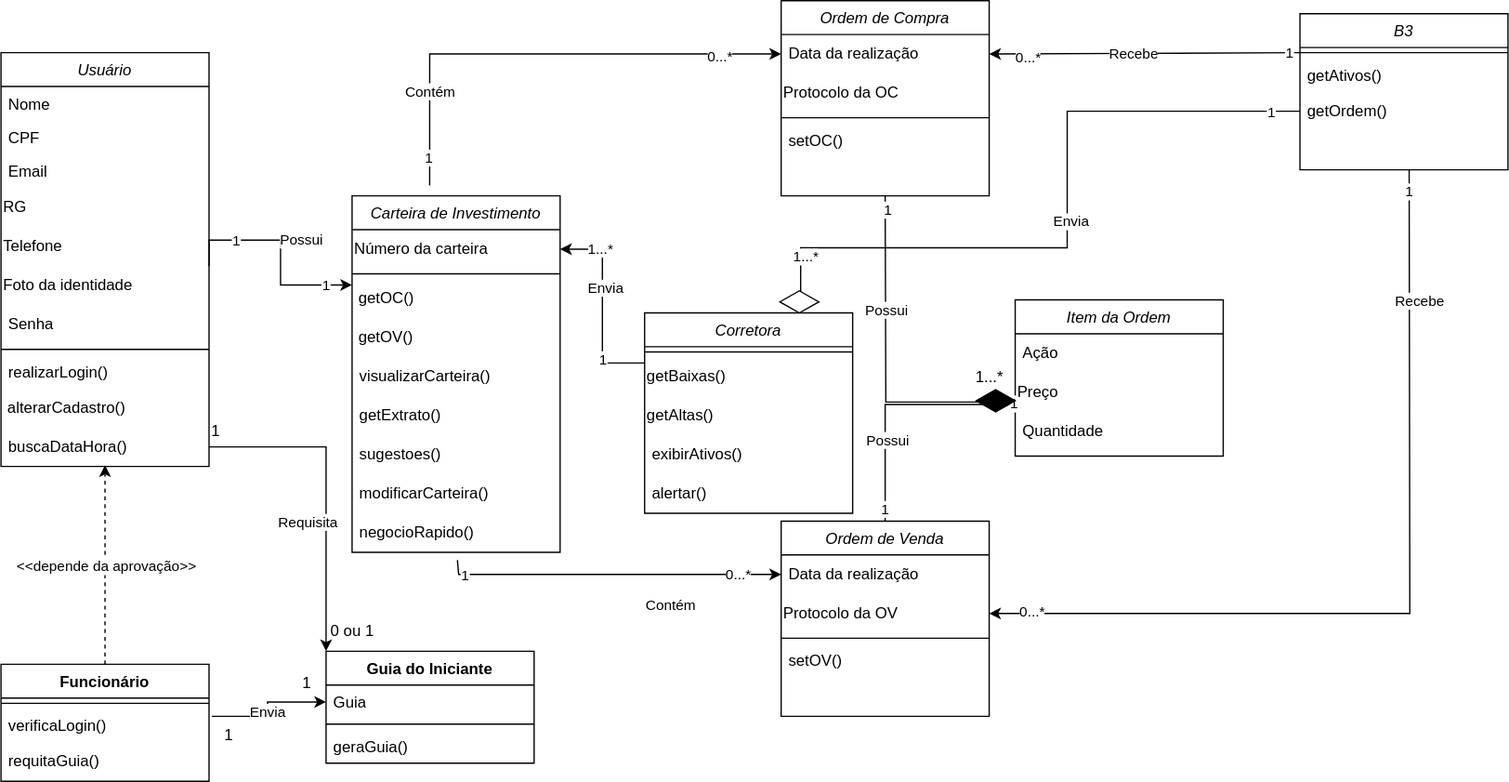
This is Diagrama de classe.drawio.svg from JesCat16/Projeto01_Modelagem_De_Software, a draw.io export, as it was before one commit. Source tidied: cells renumbered, new cells last; positions are measured from the earlier drawing's top-left corner, leaving out a move shared by most shapes.
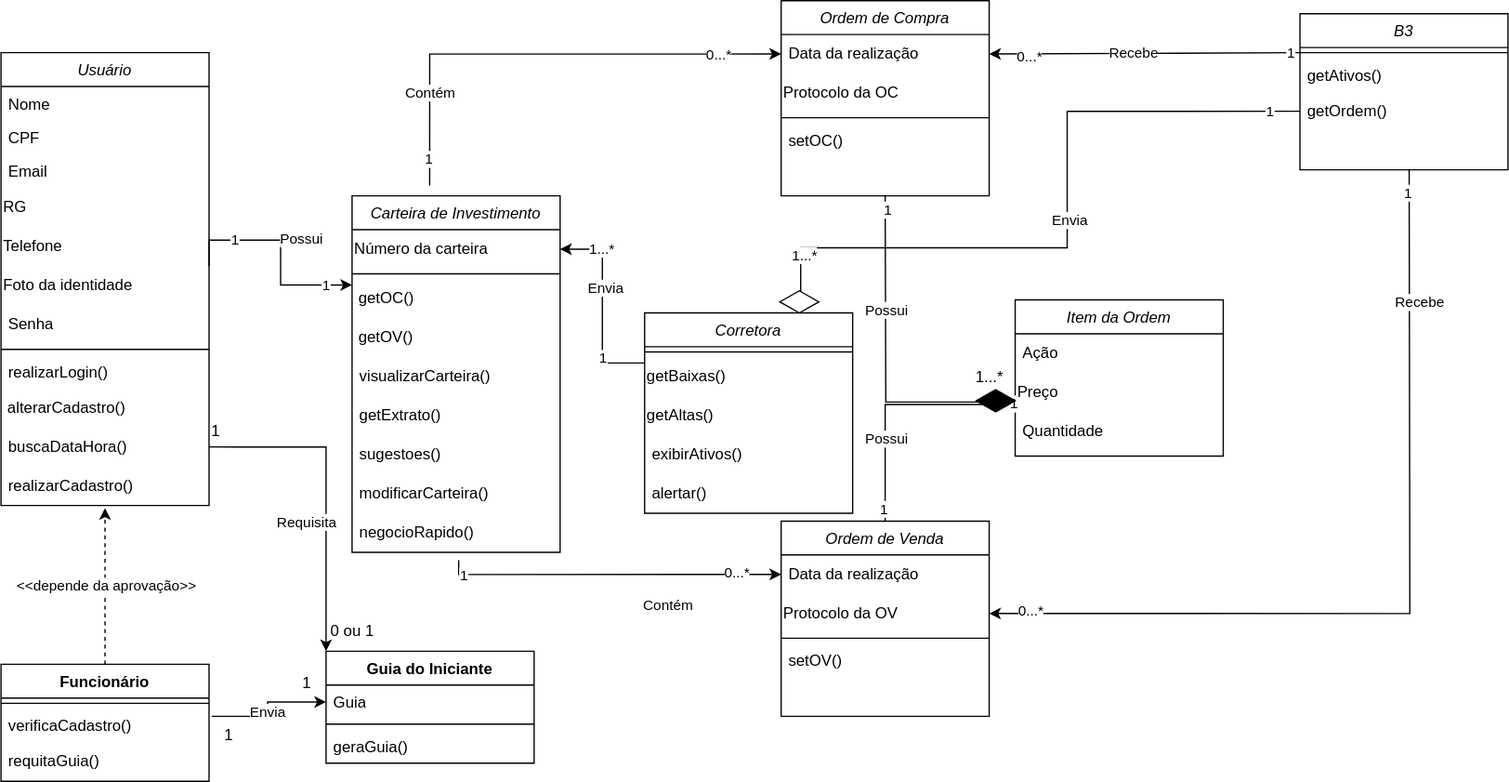
The same file after the commit.

What changed in the source:
```diff
@@ -3,7 +3,7 @@
     <mxCell id="0" />
     <mxCell id="1" parent="0" />
     <mxCell id="2" value="Usuário" style="swimlane;fontStyle=2;align=center;verticalAlign=top;horizontal=1;startSize=26;rounded=0;shadow=0;strokeWidth=1;" parent="1" vertex="1">
-      <mxGeometry y="40" width="160" height="318" as="geometry" />
+      <mxGeometry y="40" width="160" height="348" as="geometry" />
     </mxCell>
     <mxCell id="3" value="Nome" style="text;align=left;verticalAlign=top;spacingLeft=4;spacingRight=4;overflow=hidden;" parent="2" vertex="1">
       <mxGeometry y="26" width="160" height="26" as="geometry" />
@@ -38,6 +38,9 @@
     <mxCell id="13" value="buscaDataHora()" style="text;strokeColor=none;fillColor=none;align=left;verticalAlign=middle;spacingLeft=4;spacingRight=4;overflow=hidden;points=[[0,0.5],[1,0.5]];portConstraint=eastwest;whiteSpace=wrap;html=1;" parent="2" vertex="1">
       <mxGeometry y="288" width="160" height="30" as="geometry" />
     </mxCell>
+    <mxCell id="105" value="realizarCadastro()" style="text;strokeColor=none;fillColor=none;align=left;verticalAlign=middle;spacingLeft=4;spacingRight=4;overflow=hidden;whiteSpace=wrap;html=1;" parent="2" vertex="1">
+      <mxGeometry y="318" width="160" height="30" as="geometry" />
+    </mxCell>
     <mxCell id="14" value="Carteira de Investimento" style="swimlane;fontStyle=2;align=center;verticalAlign=top;horizontal=1;startSize=26;rounded=0;shadow=0;strokeWidth=1;" parent="1" vertex="1">
       <mxGeometry x="270" y="150" width="160" height="274" as="geometry" />
     </mxCell>
@@ -312,14 +315,16 @@
     <mxCell id="88" style="line;strokeWidth=1;fillColor=none;align=left;verticalAlign=middle;spacingTop=-1;spacingLeft=3;spacingRight=3;labelPosition=right;strokeColor=inherit;" parent="87" vertex="1">
       <mxGeometry y="26" width="160" height="8" as="geometry" />
     </mxCell>
-    <mxCell id="89" value="verificaLogin()" style="text;strokeColor=none;fillColor=none;align=left;verticalAlign=top;spacingLeft=4;spacingRight=4;overflow=hidden;points=[[0,0.5],[1,0.5]];portConstraint=eastwest;whiteSpace=wrap;html=1;" parent="87" vertex="1">
+    <mxCell id="89" value="verificaCadastro()" style="text;strokeColor=none;fillColor=none;align=left;verticalAlign=top;spacingLeft=4;spacingRight=4;overflow=hidden;points=[[0,0.5],[1,0.5]];portConstraint=eastwest;whiteSpace=wrap;html=1;" parent="87" vertex="1">
       <mxGeometry y="34" width="160" height="26" as="geometry" />
     </mxCell>
     <mxCell id="90" value="requitaGuia()" style="text;strokeColor=none;fillColor=none;align=left;verticalAlign=middle;spacingLeft=4;spacingRight=4;overflow=hidden;whiteSpace=wrap;html=1;" parent="87" vertex="1">
       <mxGeometry y="60" width="160" height="30" as="geometry" />
     </mxCell>
-    <mxCell id="91" style="edgeStyle=orthogonalEdgeStyle;rounded=0;jettySize=auto;html=1;exitX=0.5;exitY=0;exitDx=0;exitDy=0;entryX=0.5;entryY=0.967;entryDx=0;entryDy=0;entryPerimeter=0;startArrow=none;startFill=0;endArrow=classic;endFill=1;dashed=1;" parent="1" edge="1" source="87" target="13">
-      <mxGeometry relative="1" as="geometry" />
+    <mxCell id="91" style="edgeStyle=orthogonalEdgeStyle;rounded=0;jettySize=auto;html=1;exitX=0.5;exitY=0;exitDx=0;exitDy=0;startArrow=none;startFill=0;endArrow=classic;endFill=1;dashed=1;" parent="1" edge="1" source="87">
+      <mxGeometry relative="1" as="geometry">
+        <mxPoint x="80" y="390" as="targetPoint" />
+      </mxGeometry>
     </mxCell>
     <mxCell id="92" value="&amp;lt;&amp;lt;depende da aprovação&amp;gt;&amp;gt;" style="edgeLabel;html=1;align=center;verticalAlign=middle;" parent="91" vertex="1">
       <mxGeometry x="-0.01" relative="1" as="geometry" />
```
